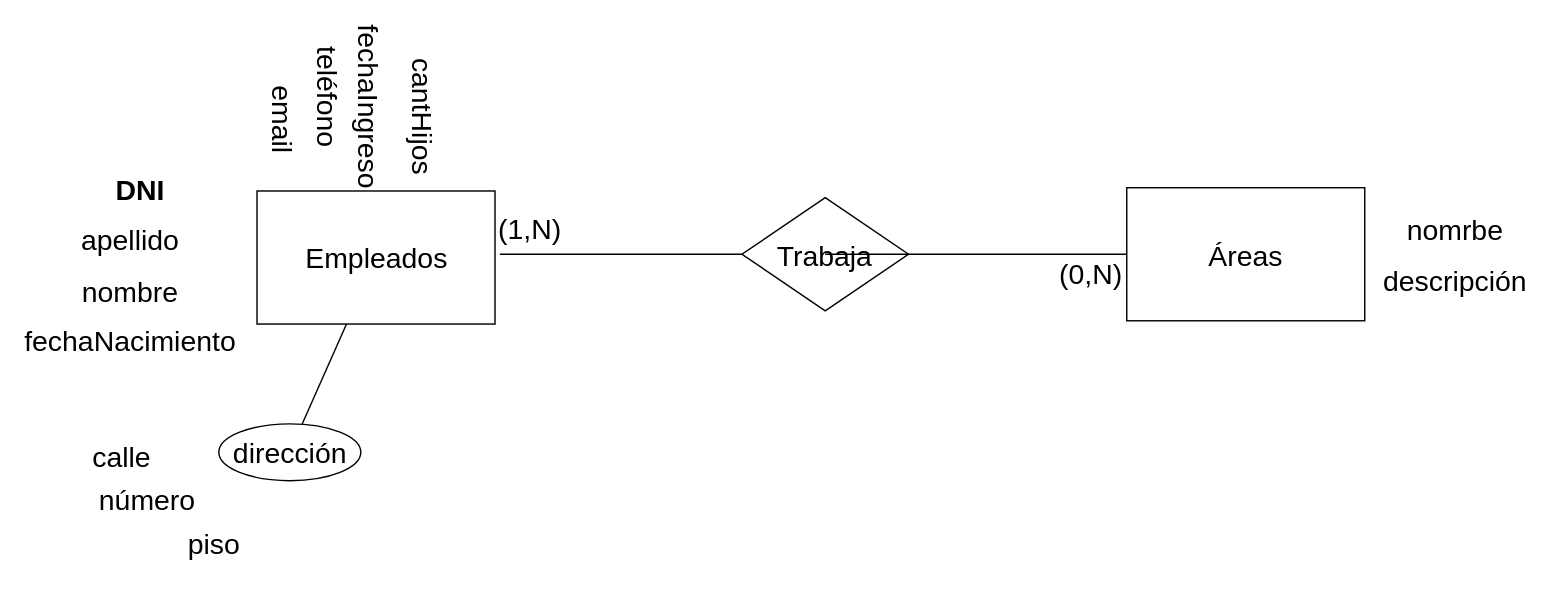
This is Practica/Practica1/ejercicio05_P1.drawio from c97Ernesto/DisenioBasesDatos, a draw.io file, before an edit. Source tidied: cells renumbered, new cells numbered last; positions are measured from the earlier drawing's top-left corner, leaving out a move shared by most shapes. Both pictures are drawn from the tidied source at 142%, with x=0, y=0 at pixel (28, 77).
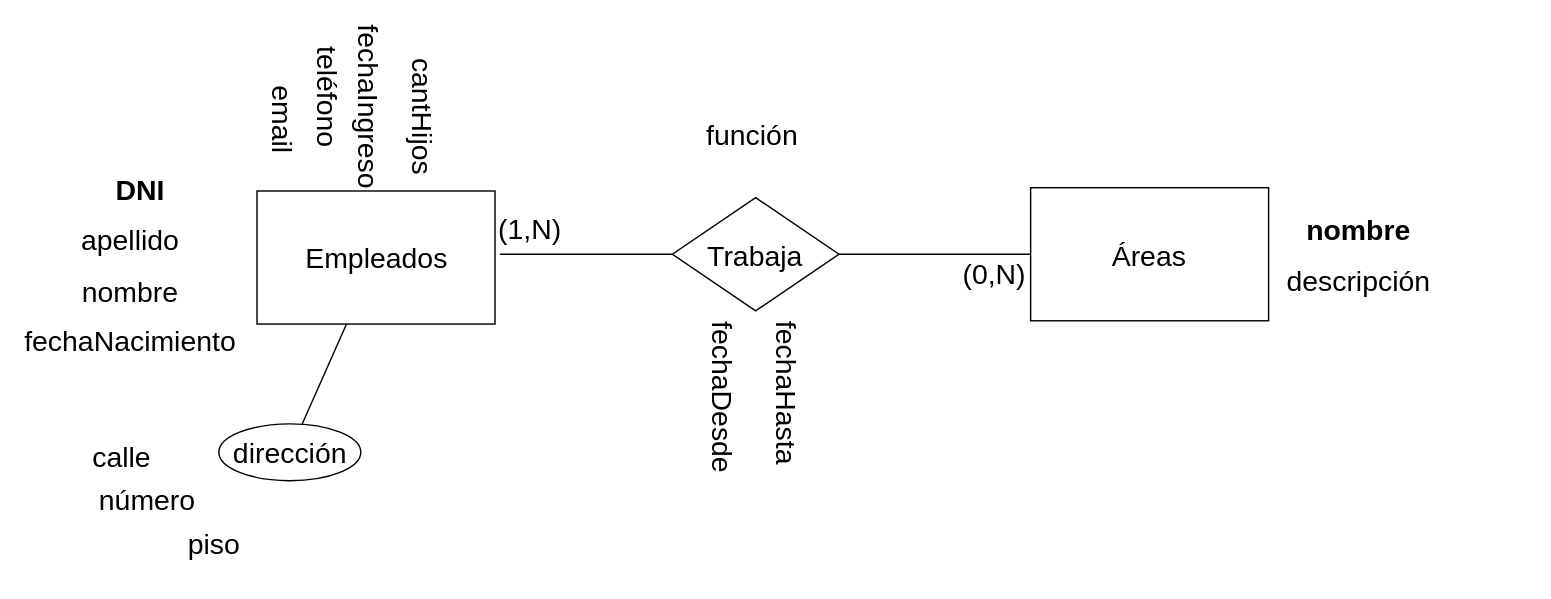
The same diagram, later.

The edit, as a diff of the source:
```diff
@@
     <mxCell id="4" value="Trabaja" style="shape=rhombus;perimeter=rhombusPerimeter;whiteSpace=wrap;html=1;align=center;fontSize=20;" parent="1" vertex="1">
-      <mxGeometry x="502" y="84.7" width="117.3" height="79.7" as="geometry" />
+      <mxGeometry x="453" y="84.7" width="117.3" height="79.7" as="geometry" />
     </mxCell>
@@
     <mxCell id="15" value="Áreas" style="whiteSpace=wrap;html=1;align=center;fontSize=20;" parent="1" vertex="1">
-      <mxGeometry x="773" y="77.7" width="167.6" height="93.7" as="geometry" />
+      <mxGeometry x="705.3" y="77.7" width="167.6" height="93.7" as="geometry" />
     </mxCell>
@@
     <mxCell id="21" value="(0,N)" style="text;html=1;strokeColor=none;fillColor=none;align=center;verticalAlign=middle;whiteSpace=wrap;rounded=0;fontSize=20;" parent="1" vertex="1">
-      <mxGeometry x="722.7" y="124.5" width="50.3" height="27.6" as="geometry" />
+      <mxGeometry x="655" y="124.5" width="50.3" height="27.6" as="geometry" />
     </mxCell>
     <mxCell id="22" value="descripción" style="text;html=1;strokeColor=none;fillColor=none;align=center;verticalAlign=middle;whiteSpace=wrap;rounded=0;fontSize=20;" parent="1" vertex="1">
-      <mxGeometry x="954" y="130" width="100.6" height="26.6" as="geometry" />
+      <mxGeometry x="886.3" y="130" width="100.6" height="26.6" as="geometry" />
     </mxCell>
-    <mxCell id="23" value="nomrbe" style="text;html=1;strokeColor=none;fillColor=none;align=center;verticalAlign=middle;whiteSpace=wrap;rounded=0;fontSize=20;" parent="1" vertex="1">
-      <mxGeometry x="954" y="93.6" width="100.6" height="26.6" as="geometry" />
+    <mxCell id="23" value="&lt;b&gt;nombre&lt;/b&gt;" style="text;html=1;strokeColor=none;fillColor=none;align=center;verticalAlign=middle;whiteSpace=wrap;rounded=0;fontSize=20;" parent="1" vertex="1">
+      <mxGeometry x="886.3" y="93.6" width="100.6" height="26.6" as="geometry" />
     </mxCell>
@@
+    <mxCell id="25" value="función" style="text;html=1;strokeColor=none;fillColor=none;align=center;verticalAlign=middle;whiteSpace=wrap;rounded=0;fontSize=20;" parent="1" vertex="1">
+      <mxGeometry x="459" y="26.6" width="100.6" height="26.6" as="geometry" />
+    </mxCell>
+    <mxCell id="26" value="fechaDesde" style="text;html=1;strokeColor=none;fillColor=none;align=center;verticalAlign=middle;whiteSpace=wrap;rounded=0;fontSize=20;rotation=90;" parent="1" vertex="1">
+      <mxGeometry x="426" y="212" width="126.6" height="26.6" as="geometry" />
+    </mxCell>
+    <mxCell id="27" value="fechaHasta" style="text;html=1;strokeColor=none;fillColor=none;align=center;verticalAlign=middle;whiteSpace=wrap;rounded=0;fontSize=20;rotation=90;" parent="1" vertex="1">
+      <mxGeometry x="471" y="209" width="126.6" height="26.6" as="geometry" />
+    </mxCell>
```
